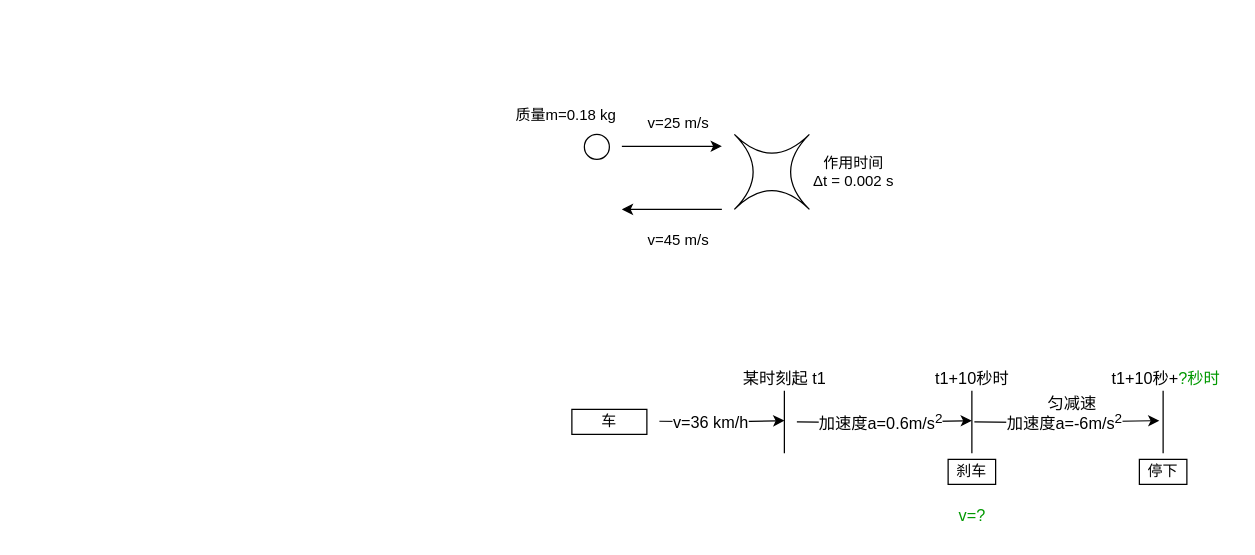
m-v-priest/02_myself_ID_EGO keeps this draw.io diagram as 30_生活中的物理/物理2图解.drawio. Above is the earlier version. Source tidied: cells renumbered, new cells numbered last; positions are measured from the earlier drawing's top-left corner, leaving out a move shared by most shapes. Both pictures are drawn from the tidied source at 125%, with x=0, y=0 at pixel (496, 96).
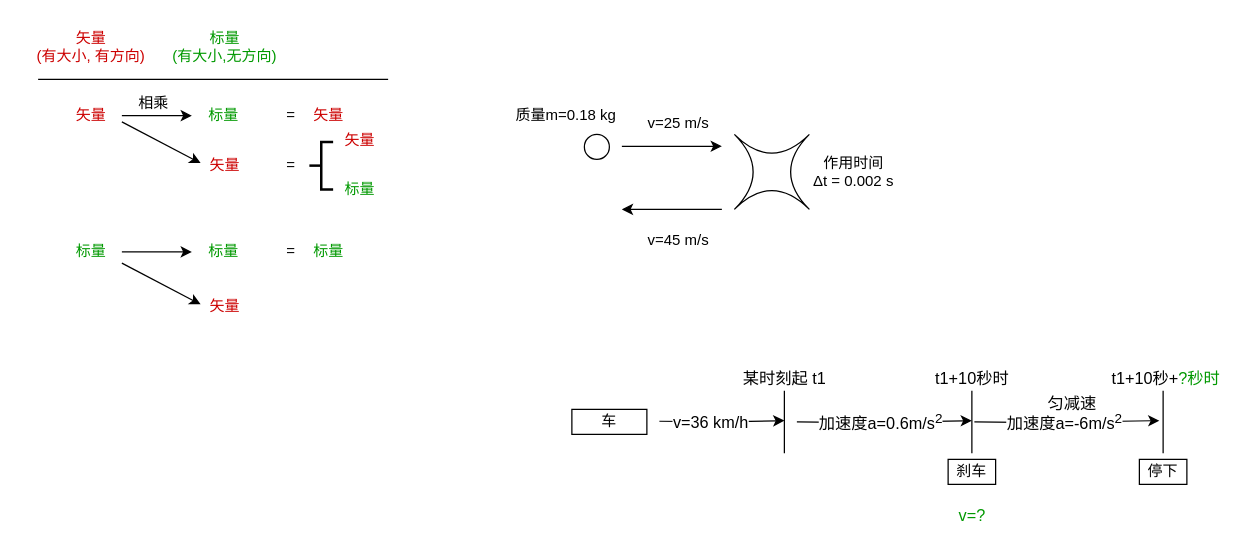
The same page after the edit.

What changed in the source:
```diff
@@
+    <mxCell id="27" value="标量" style="text;html=1;align=center;verticalAlign=middle;points=[];strokeColor=none;fillColor=none;fontColor=#009900;" parent="1" vertex="1">
+      <mxGeometry x="-244" width="50" height="30" as="geometry" />
+    </mxCell>
+    <mxCell id="28" style="edgeStyle=orthogonalEdgeStyle;rounded=0;jettySize=auto;html=1;entryX=0;entryY=0.5;entryDx=0;entryDy=0;entryPerimeter=0;" parent="1" edge="1" source="29" target="27">
+      <mxGeometry relative="1" as="geometry" />
+    </mxCell>
+    <mxCell id="29" value="矢量" style="text;html=1;align=center;verticalAlign=middle;points=[];strokeColor=none;fillColor=none;fontColor=#CC0000;" parent="1" vertex="1">
+      <mxGeometry x="-350" width="50" height="30" as="geometry" />
+    </mxCell>
+    <mxCell id="30" value="标量&lt;br&gt;(有大小,无方向)" style="text;html=1;align=center;verticalAlign=middle;strokeColor=none;fillColor=none;fontColor=#009900;" parent="1" vertex="1">
+      <mxGeometry x="-273" y="-60" width="110" height="40" as="geometry" />
+    </mxCell>
+    <mxCell id="31" value="矢量&lt;br&gt;(有大小, 有方向)" style="text;html=1;align=center;verticalAlign=middle;strokeColor=none;fillColor=none;fontColor=#CC0000;" parent="1" vertex="1">
+      <mxGeometry x="-380" y="-60" width="110" height="40" as="geometry" />
+    </mxCell>
+    <mxCell id="32" value="矢量" style="text;html=1;align=center;verticalAlign=middle;strokeColor=none;fillColor=none;fontColor=#CC0000;" parent="1" vertex="1">
+      <mxGeometry x="-160" width="50" height="30" as="geometry" />
+    </mxCell>
+    <mxCell id="33" value="=" style="text;html=1;align=center;verticalAlign=middle;strokeColor=none;fillColor=none;" parent="1" vertex="1">
+      <mxGeometry x="-180" width="30" height="30" as="geometry" />
+    </mxCell>
+    <mxCell id="34" value="矢量" style="text;html=1;align=center;verticalAlign=middle;strokeColor=none;fillColor=none;fontColor=#CC0000;" parent="1" vertex="1">
+      <mxGeometry x="-243" y="40" width="50" height="30" as="geometry" />
+    </mxCell>
+    <mxCell id="35" value="标量" style="text;html=1;align=center;verticalAlign=middle;points=[];strokeColor=none;fillColor=none;fontColor=#009900;" parent="1" vertex="1">
+      <mxGeometry x="-244" y="109" width="50" height="30" as="geometry" />
+    </mxCell>
+    <mxCell id="36" style="edgeStyle=orthogonalEdgeStyle;rounded=0;jettySize=auto;html=1;entryX=0;entryY=0.5;entryDx=0;entryDy=0;entryPerimeter=0;" parent="1" edge="1" source="37" target="35">
+      <mxGeometry relative="1" as="geometry" />
+    </mxCell>
+    <mxCell id="37" value="标量" style="text;html=1;align=center;verticalAlign=middle;points=[];strokeColor=none;fillColor=none;fontColor=#009900;" parent="1" vertex="1">
+      <mxGeometry x="-350" y="109" width="50" height="30" as="geometry" />
+    </mxCell>
+    <mxCell id="38" value="标量" style="text;html=1;align=center;verticalAlign=middle;strokeColor=none;fillColor=none;fontColor=#009900;" parent="1" vertex="1">
+      <mxGeometry x="-160" y="109" width="50" height="30" as="geometry" />
+    </mxCell>
+    <mxCell id="39" value="=" style="text;html=1;align=center;verticalAlign=middle;strokeColor=none;fillColor=none;" parent="1" vertex="1">
+      <mxGeometry x="-180" y="109" width="30" height="30" as="geometry" />
+    </mxCell>
+    <mxCell id="40" value="矢量" style="text;html=1;align=center;verticalAlign=middle;strokeColor=none;fillColor=none;fontColor=#CC0000;" parent="1" vertex="1">
+      <mxGeometry x="-243" y="153" width="50" height="30" as="geometry" />
+    </mxCell>
+    <mxCell id="41" style="endArrow=classic;html=1;rounded=0;" parent="1" edge="1">
+      <mxGeometry relative="1" as="geometry">
+        <mxPoint x="-300" y="20" as="sourcePoint" />
+        <mxPoint x="-237" y="53" as="targetPoint" />
+      </mxGeometry>
+    </mxCell>
+    <mxCell id="42" style="endArrow=classic;html=1;rounded=0;" parent="1" edge="1">
+      <mxGeometry relative="1" as="geometry">
+        <mxPoint x="-300" y="133" as="sourcePoint" />
+        <mxPoint x="-237" y="166" as="targetPoint" />
+      </mxGeometry>
+    </mxCell>
+    <mxCell id="43" value="相乘" style="text;html=1;align=center;verticalAlign=middle;strokeColor=none;fillColor=none;" parent="1" vertex="1">
+      <mxGeometry x="-300" y="-10" width="50" height="30" as="geometry" />
+    </mxCell>
+    <mxCell id="44" value="矢量" style="text;html=1;align=center;verticalAlign=middle;strokeColor=none;fillColor=none;fontColor=#CC0000;" parent="1" vertex="1">
+      <mxGeometry x="-135" y="20" width="50" height="30" as="geometry" />
+    </mxCell>
+    <mxCell id="45" value="=" style="text;html=1;align=center;verticalAlign=middle;strokeColor=none;fillColor=none;" parent="1" vertex="1">
+      <mxGeometry x="-180" y="40" width="30" height="30" as="geometry" />
+    </mxCell>
+    <mxCell id="46" value="标量" style="text;html=1;align=center;verticalAlign=middle;strokeColor=none;fillColor=none;fontColor=#009900;" parent="1" vertex="1">
+      <mxGeometry x="-135" y="59" width="50" height="30" as="geometry" />
+    </mxCell>
+    <mxCell id="47" style="strokeWidth=2;html=1;shape=mxgraph.flowchart.annotation_2;align=left;labelPosition=right;" parent="1" vertex="1">
+      <mxGeometry x="-150" y="36" width="19" height="38" as="geometry" />
+    </mxCell>
+    <mxCell id="48" style="endArrow=none;html=1;rounded=0;" parent="1" edge="1">
+      <mxGeometry relative="1" as="geometry">
+        <mxPoint x="-367" y="-14" as="sourcePoint" />
+        <mxPoint x="-87" y="-14" as="targetPoint" />
+      </mxGeometry>
+    </mxCell>
```
